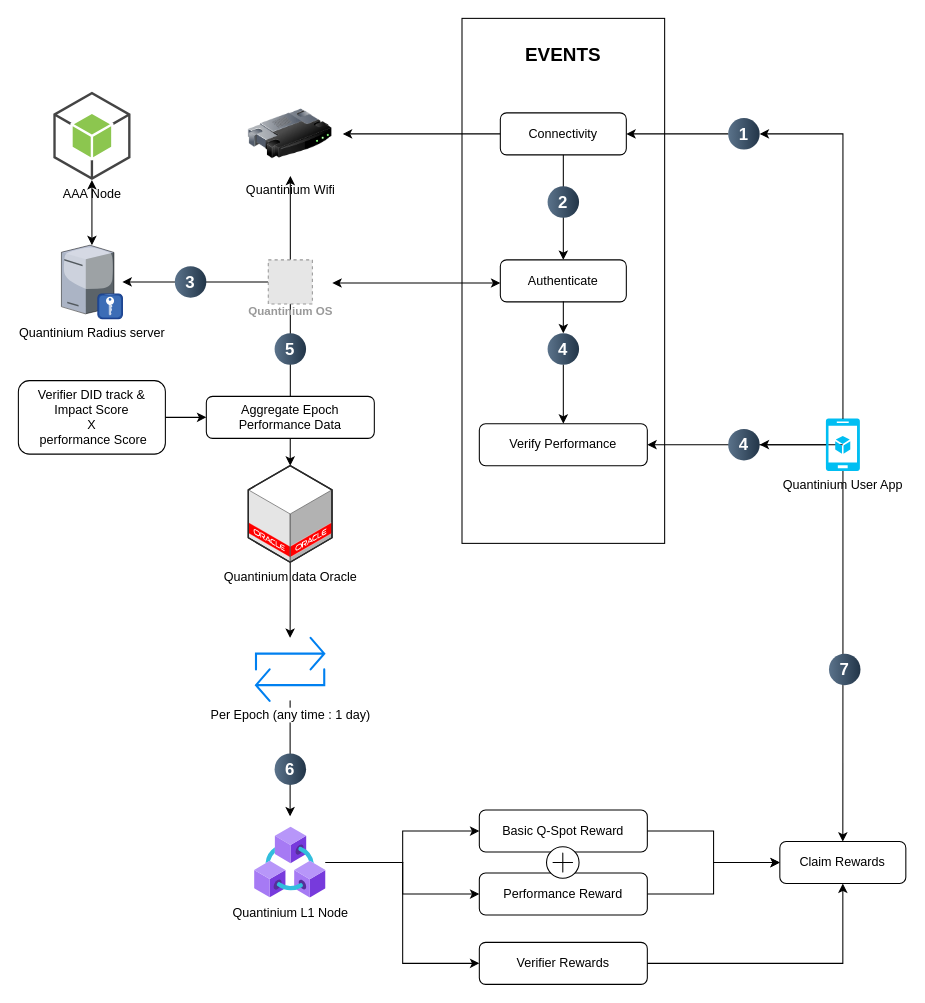
Before: QuantiniumOs.drawio in ali-05-ahmed/Concept-Diagrams, a draw.io diagram. Source tidied: cells renumbered, new cells numbered last; positions are measured from the earlier drawing's top-left corner, leaving out a move shared by most shapes. Both pictures are drawn from the tidied source at 105%, with x=0, y=0 at pixel (18, 18). Pictures stored in the file or linked from it are replaced by grey dashed boxes.
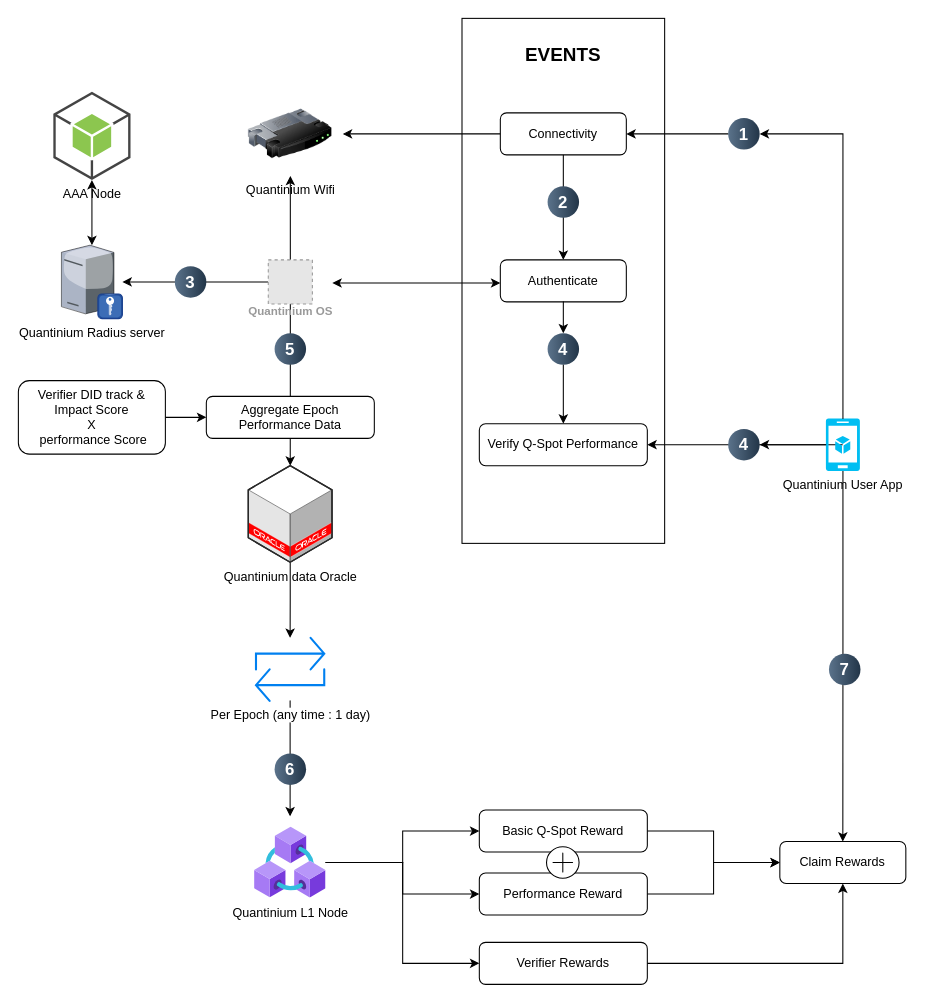
The same diagram, later.

The edit, as a diff of the source:
```diff
@@
-    <mxCell id="22" value="Verify Performance" style="rounded=1;whiteSpace=wrap;html=1;" parent="1" vertex="1">
+    <mxCell id="22" value="Verify Q-Spot Performance" style="rounded=1;whiteSpace=wrap;html=1;" parent="1" vertex="1">
       <mxGeometry x="439" y="386" width="160" height="40" as="geometry" />
     </mxCell>
```
